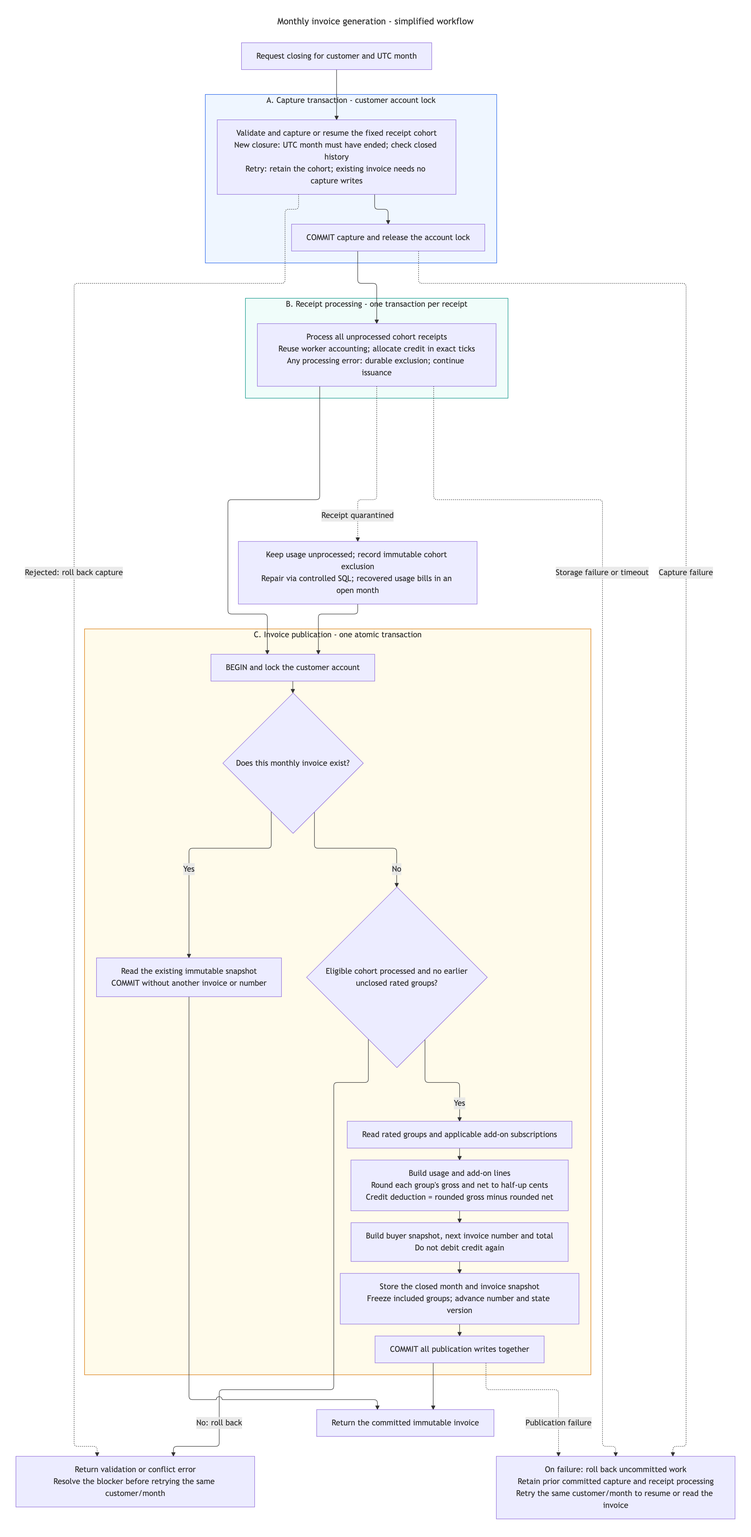
Before: docs/diagrams/closing-workflow/closing-workflow.png, a diagram exported from Mermaid (pupitooo/e2b-billing-api). Its source is kept beside it as docs/diagrams/closing-workflow/closing-workflow.mmd. The source it was exported from:
```mermaid
---
title: Monthly invoice generation - simplified workflow
config:
  layout: elk
  flowchart:
    wrappingWidth: 420
    nodeSpacing: 35
    rankSpacing: 24
    useMaxWidth: false
---
flowchart TD
    request["Request closing for customer and UTC month"]

    subgraph capture["A. Capture transaction - customer account lock"]
        cohort["Validate and capture or resume the fixed receipt cohort<br/>New closure: UTC month must have ended; check closed history<br/>Retry: retain the cohort; existing invoice needs no capture writes"]
        commitA["COMMIT capture and release the account lock"]
    end

    subgraph drain["B. Receipt processing - one transaction per receipt"]
        process["Process all unprocessed cohort receipts<br/>Reuse worker accounting; allocate credit in exact ticks<br/>Any processing error: durable exclusion; continue issuance"]
    end

    subgraph publication["C. Invoice publication - one atomic transaction"]
        begin["BEGIN and lock the customer account"]
        exists{"Does this monthly invoice exist?"}
        stored["Read the existing immutable snapshot<br/>COMMIT without another invoice or number"]
        ready{"Eligible cohort processed and no earlier<br/>unclosed rated groups?"}
        groups["Read rated groups and applicable add-on subscriptions"]
        lines["Build usage and add-on lines<br/>Round each group's gross and net to half-up cents<br/>Credit deduction = rounded gross minus rounded net"]
        snapshot["Build buyer snapshot, next invoice number and total<br/>Do not debit credit again"]
        freeze["Store the closed month and invoice snapshot<br/>Freeze included groups; advance number and state version"]
        commit["COMMIT all publication writes together"]
    end

    result["Return the committed immutable invoice"]
    blocked["Return validation or conflict error<br/>Resolve the blocker before retrying the same customer/month"]
    retry["On failure: roll back uncommitted work<br/>Retain prior committed capture and receipt processing<br/>Retry the same customer/month to resume or read the invoice"]

    request --> cohort --> commitA --> process --> begin --> exists
    exists -->|"Yes"| stored --> result
    exists -->|"No"| ready
    ready -->|"Yes"| groups --> lines --> snapshot --> freeze --> commit --> result
    ready -->|"No: roll back"| blocked
    cohort -.->|"Rejected: roll back capture"| blocked
    process -.->|"Receipt quarantined"| excluded["Keep usage unprocessed; record immutable cohort exclusion<br/>Repair via controlled SQL; recovered usage bills in an open month"]
    excluded --> begin
    commitA -.->|"Capture failure"| retry
    process -.->|"Storage failure or timeout"| retry
    commit -.->|"Publication failure"| retry

    style capture fill:#eff6ff,stroke:#2563eb
    style drain fill:#f0fdfa,stroke:#0d9488
    style publication fill:#fffbeb,stroke:#d97706
```
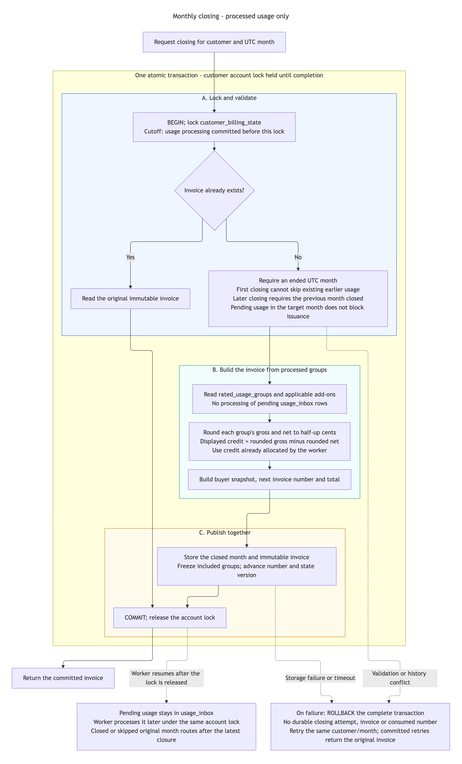
Later version of the same file.

Change to the diagram source:
```diff
@@ -1,5 +1,5 @@
 ---
-title: Monthly invoice generation - simplified workflow
+title: Monthly closing - processed usage only
 config:
   layout: elk
   flowchart:
@@ -10,44 +10,34 @@
 ---
 flowchart TD
     request["Request closing for customer and UTC month"]
-
-    subgraph capture["A. Capture transaction - customer account lock"]
-        cohort["Validate and capture or resume the fixed receipt cohort<br/>New closure: UTC month must have ended; check closed history<br/>Retry: retain the cohort; existing invoice needs no capture writes"]
-        commitA["COMMIT capture and release the account lock"]
+    subgraph transaction["One atomic transaction - customer account lock held until completion"]
+        subgraph cutoff["A. Lock and validate"]
+            lock["BEGIN; lock customer_billing_state<br/>Cutoff: usage processing committed before this lock"]
+            exists{"Invoice already exists?"}
+            stored["Read the original immutable invoice"]
+            validate["Require an ended UTC month<br/>First closing cannot skip existing earlier usage<br/>Later closing requires the previous month closed<br/>Pending usage in the target month does not block issuance"]
+        end
+        subgraph build["B. Build the invoice from processed groups"]
+            groups["Read rated_usage_groups and applicable add-ons<br/>No processing of pending usage_inbox rows"]
+            lines["Round each group's gross and net to half-up cents<br/>Displayed credit = rounded gross minus rounded net<br/>Use credit already allocated by the worker"]
+            snapshot["Build buyer snapshot, next invoice number and total"]
+        end
+        subgraph publication["C. Publish together"]
+            freeze["Store the closed month and immutable invoice<br/>Freeze included groups; advance number and state version"]
+            commit["COMMIT; release the account lock"]
+        end
+        lock --> exists
+        exists -->|"Yes"| stored --> commit
+        exists -->|"No"| validate --> groups --> lines --> snapshot --> freeze --> commit
     end
-
-    subgraph drain["B. Receipt processing - one transaction per receipt"]
-        process["Process all unprocessed cohort receipts<br/>Reuse worker accounting; allocate credit in exact ticks<br/>Any processing error: durable exclusion; continue issuance"]
-    end
-
-    subgraph publication["C. Invoice publication - one atomic transaction"]
-        begin["BEGIN and lock the customer account"]
-        exists{"Does this monthly invoice exist?"}
-        stored["Read the existing immutable snapshot<br/>COMMIT without another invoice or number"]
-        ready{"Eligible cohort processed and no earlier<br/>unclosed rated groups?"}
-        groups["Read rated groups and applicable add-on subscriptions"]
-        lines["Build usage and add-on lines<br/>Round each group's gross and net to half-up cents<br/>Credit deduction = rounded gross minus rounded net"]
-        snapshot["Build buyer snapshot, next invoice number and total<br/>Do not debit credit again"]
-        freeze["Store the closed month and invoice snapshot<br/>Freeze included groups; advance number and state version"]
-        commit["COMMIT all publication writes together"]
-    end
-
-    result["Return the committed immutable invoice"]
-    blocked["Return validation or conflict error<br/>Resolve the blocker before retrying the same customer/month"]
-    retry["On failure: roll back uncommitted work<br/>Retain prior committed capture and receipt processing<br/>Retry the same customer/month to resume or read the invoice"]
-
-    request --> cohort --> commitA --> process --> begin --> exists
-    exists -->|"Yes"| stored --> result
-    exists -->|"No"| ready
-    ready -->|"Yes"| groups --> lines --> snapshot --> freeze --> commit --> result
-    ready -->|"No: roll back"| blocked
-    cohort -.->|"Rejected: roll back capture"| blocked
-    process -.->|"Receipt quarantined"| excluded["Keep usage unprocessed; record immutable cohort exclusion<br/>Repair via controlled SQL; recovered usage bills in an open month"]
-    excluded --> begin
-    commitA -.->|"Capture failure"| retry
-    process -.->|"Storage failure or timeout"| retry
-    commit -.->|"Publication failure"| retry
-
-    style capture fill:#eff6ff,stroke:#2563eb
-    style drain fill:#f0fdfa,stroke:#0d9488
+    result["Return the committed invoice"]
+    pending["Pending usage stays in usage_inbox<br/>Worker processes it later under the same account lock<br/>Closed or skipped original month routes after the latest closure"]
+    failure["On failure: ROLLBACK the complete transaction<br/>No durable closing attempt, invoice or consumed number<br/>Retry the same customer/month; committed retries return the original invoice"]
+    request --> lock
+    commit --> result
+    commit -.->|"Worker resumes after the lock is released"| pending
+    validate -.->|"Validation or history conflict"| failure
+    freeze -.->|"Storage failure or timeout"| failure
+    style cutoff fill:#eff6ff,stroke:#2563eb
+    style build fill:#f0fdfa,stroke:#0d9488
     style publication fill:#fffbeb,stroke:#d97706
```
